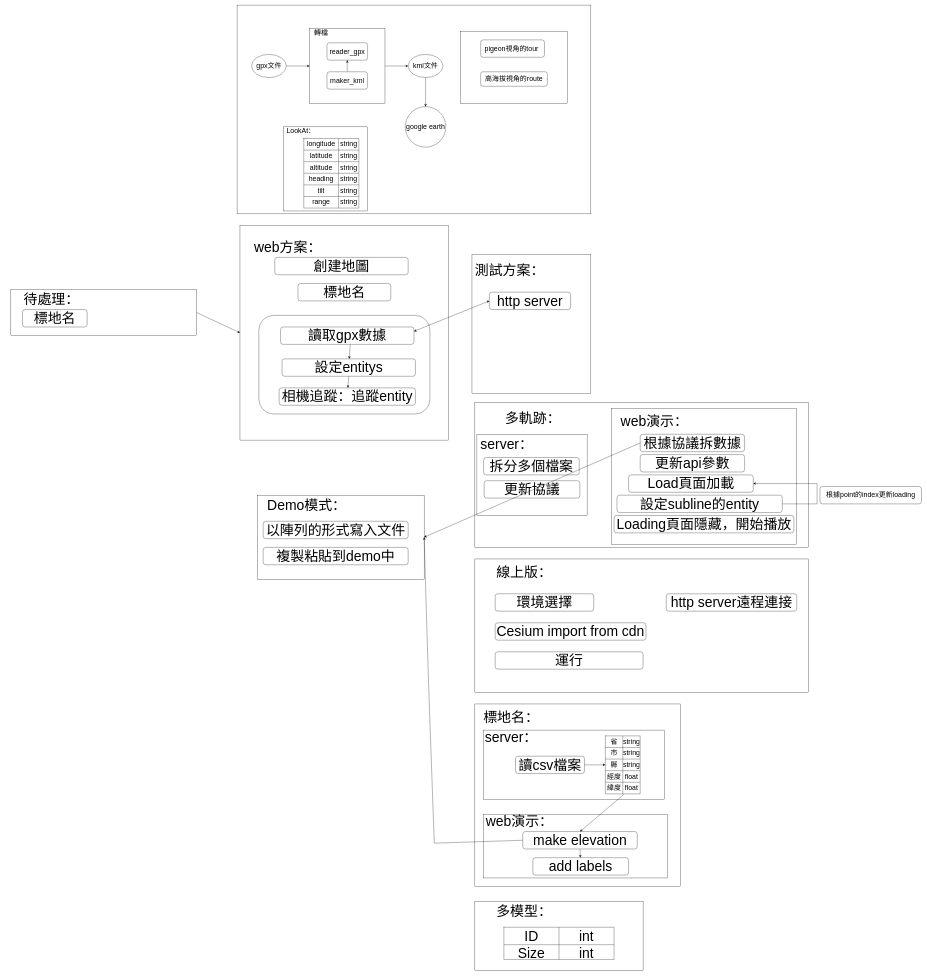
This is 3d展示.drawio from pengzhen80/PigeonRace, a draw.io file, before an edit. Source tidied: cells renumbered, new cells numbered last; positions are measured from the earlier drawing's top-left corner, leaving out a move shared by most shapes. Both pictures are drawn from the tidied source at 29%, with x=0, y=0 at pixel (11, 5).
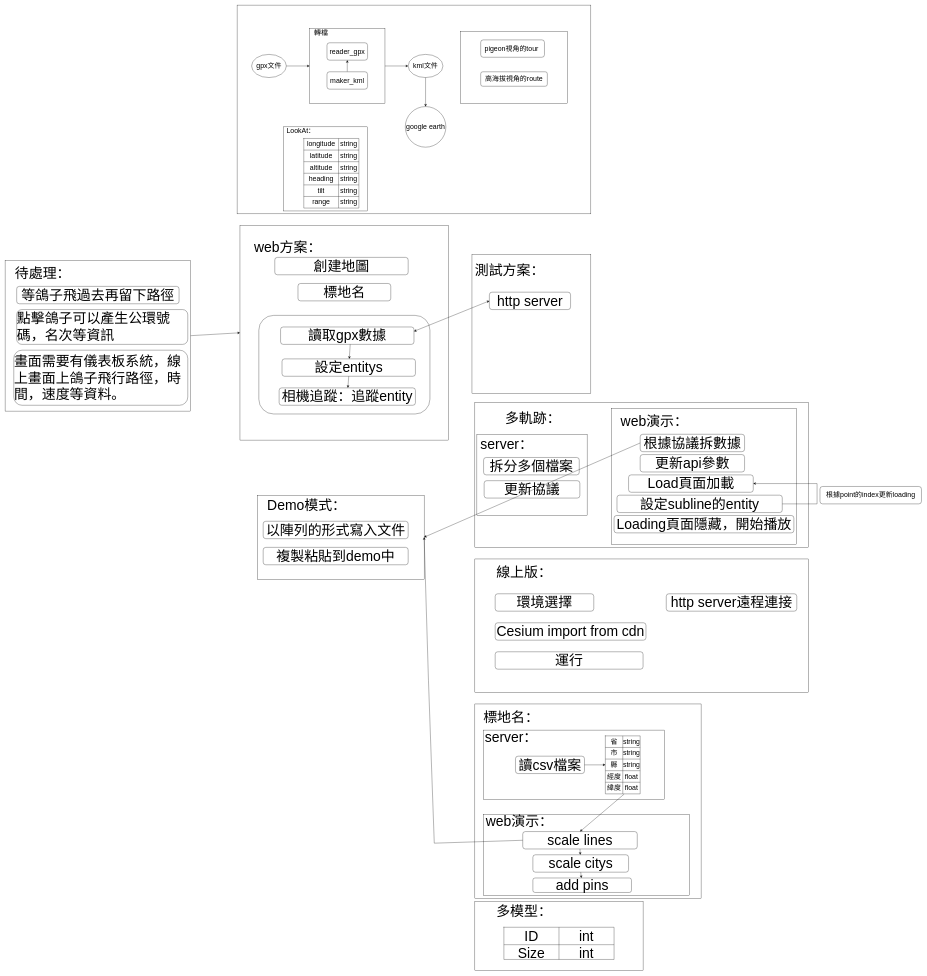
The same page after the edit.

Commit message:
finished label and add something new to drawio

The edit, as a diff of the source:
```diff
@@
     <mxCell id="2" style="rounded=0;whiteSpace=wrap;html=1;fontSize=24;" parent="1" vertex="1">
-      <mxGeometry x="1600" y="2410" width="710" height="630" as="geometry" />
+      <mxGeometry x="1600" y="2410" width="780" height="670" as="geometry" />
     </mxCell>
     <mxCell id="3" style="rounded=0;whiteSpace=wrap;html=1;fontSize=24;" parent="1" vertex="1">
-      <mxGeometry x="1630" y="2790" width="635" height="220" as="geometry" />
+      <mxGeometry x="1630" y="2790" width="710" height="280" as="geometry" />
     </mxCell>
@@
     <mxCell id="7" style="rounded=0;whiteSpace=wrap;html=1;fontSize=48;" parent="1" vertex="1">
-      <mxGeometry y="980" width="640" height="160" as="geometry" />
+      <mxGeometry x="-20" y="880" width="640" height="520" as="geometry" />
     </mxCell>
@@
-    <mxCell id="57" value="標地名" style="rounded=1;whiteSpace=wrap;html=1;fontSize=48;" parent="1" vertex="1">
-      <mxGeometry x="40" y="1050" width="223" height="60" as="geometry" />
-    </mxCell>
     <mxCell id="58" value="待處理：" style="text;html=1;strokeColor=none;fillColor=none;align=center;verticalAlign=middle;whiteSpace=wrap;rounded=0;fontSize=48;" parent="1" vertex="1">
-      <mxGeometry x="30" y="1000" width="220" height="30" as="geometry" />
+      <mxGeometry y="910" width="220" height="30" as="geometry" />
     </mxCell>
@@
-    <mxCell id="81" value="&lt;font style=&quot;font-size: 48px&quot;&gt;add labels&lt;/font&gt;" style="rounded=1;whiteSpace=wrap;html=1;fontSize=24;" parent="1" vertex="1">
-      <mxGeometry x="1800" y="2940" width="330" height="60" as="geometry" />
+    <mxCell id="81" value="&lt;span style=&quot;font-size: 48px&quot;&gt;scale citys&lt;/span&gt;" style="rounded=1;whiteSpace=wrap;html=1;fontSize=24;" parent="1" vertex="1">
+      <mxGeometry x="1800" y="2930" width="330" height="60" as="geometry" />
     </mxCell>
@@
-    <mxCell id="99" value="&lt;font style=&quot;font-size: 48px&quot;&gt;make elevation&lt;/font&gt;" style="rounded=1;whiteSpace=wrap;html=1;fontSize=24;" parent="1" vertex="1">
+    <mxCell id="99" value="&lt;span style=&quot;font-size: 48px&quot;&gt;scale lines&lt;/span&gt;" style="rounded=1;whiteSpace=wrap;html=1;fontSize=24;" parent="1" vertex="1">
       <mxGeometry x="1765" y="2850" width="395" height="60" as="geometry" />
     </mxCell>
@@
+    <mxCell id="120" value="add pins" style="rounded=1;whiteSpace=wrap;html=1;fontSize=48;" parent="1" vertex="1">
+      <mxGeometry x="1800" y="3010" width="340" height="50" as="geometry" />
+    </mxCell>
+    <mxCell id="121" style="endArrow=classic;html=1;rounded=0;fontSize=48;exitX=0.5;exitY=1;exitDx=0;exitDy=0;" parent="1" edge="1" source="81" target="120">
+      <mxGeometry relative="1" as="geometry" />
+    </mxCell>
+    <mxCell id="122" value="等鴿子飛過去再留下路徑" style="rounded=1;whiteSpace=wrap;html=1;fontSize=48;" parent="1" vertex="1">
+      <mxGeometry x="20" y="970" width="560" height="60" as="geometry" />
+    </mxCell>
+    <mxCell id="123" value="&lt;div style=&quot;box-sizing: border-box ; text-align: left&quot;&gt;&lt;font style=&quot;font-size: 48px&quot;&gt;點擊鴿子可以產生公環號碼，名次等資訊&lt;/font&gt;&lt;/div&gt;" style="rounded=1;whiteSpace=wrap;html=1;fontSize=48;" parent="1" vertex="1">
+      <mxGeometry x="20" y="1050" width="590" height="120" as="geometry" />
+    </mxCell>
+    <mxCell id="124" value="&lt;div style=&quot;box-sizing: border-box ; text-align: left&quot;&gt;&lt;font style=&quot;font-size: 48px&quot;&gt;畫面需要有儀表板系統，線上畫面上鴿子飛行路徑，時間，速度等資料。&lt;/font&gt;&lt;/div&gt;" style="rounded=1;whiteSpace=wrap;html=1;fontSize=48;" parent="1" vertex="1">
+      <mxGeometry x="10" y="1190" width="600" height="190" as="geometry" />
+    </mxCell>
```
